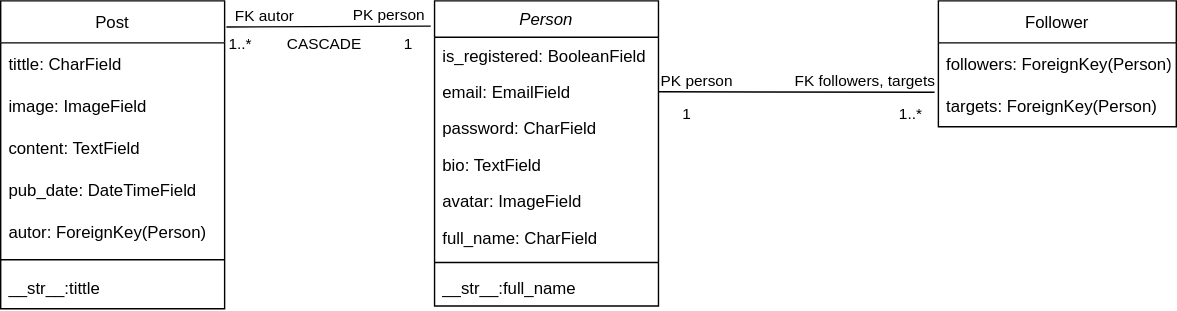
Earlier version of the draw.io export JangoGramm/JangoGrammUML.svg (Nixartx/Python). Source tidied: cells renumbered, new cells last; positions are measured from the earlier drawing's top-left corner, leaving out a move shared by most shapes.
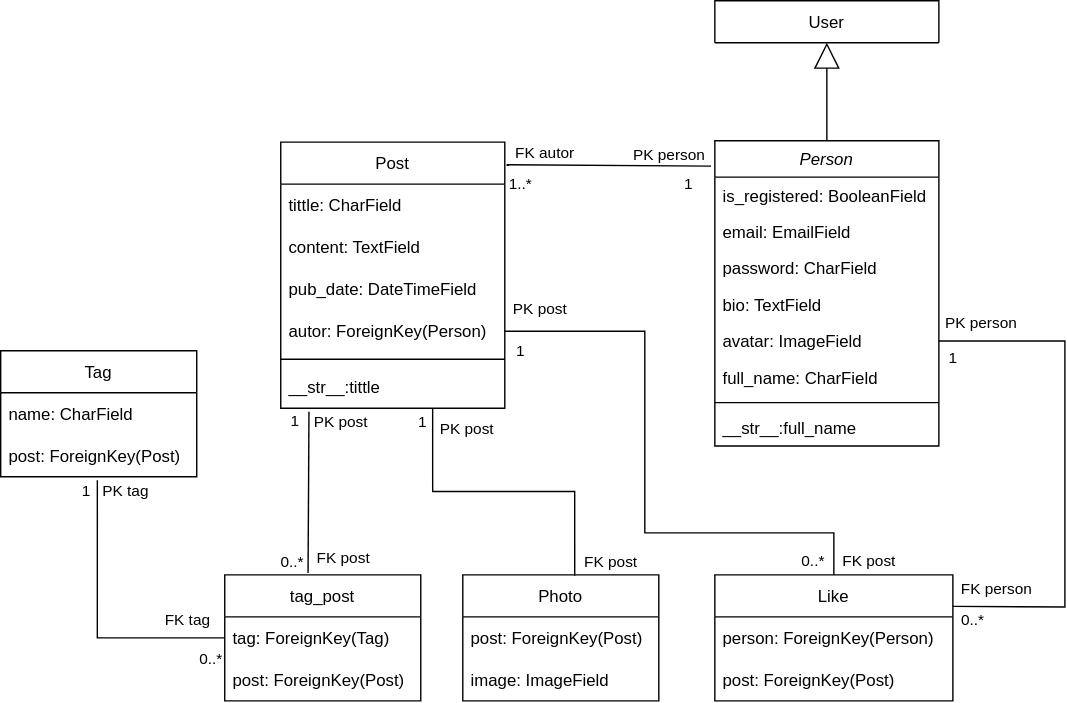
The same diagram one commit later.

The edit, as a diff of the source:
```diff
@@ -3,7 +3,7 @@
     <mxCell id="0" />
     <mxCell id="1" parent="0" />
     <mxCell id="2" value="Person" style="swimlane;fontStyle=2;align=center;verticalAlign=top;horizontal=1;startSize=26;rounded=0;shadow=0;strokeWidth=1;" parent="1" vertex="1">
-      <mxGeometry x="310" width="160" height="218" as="geometry" />
+      <mxGeometry x="490" y="110" width="160" height="218" as="geometry" />
     </mxCell>
     <mxCell id="3" value="is_registered: BooleanField" style="text;align=left;verticalAlign=top;spacingLeft=4;spacingRight=4;overflow=hidden;rounded=0;shadow=0;html=0;" parent="2" vertex="1">
       <mxGeometry y="26" width="160" height="26" as="geometry" />
@@ -29,43 +29,31 @@
     <mxCell id="10" value="__str__:full_name" style="text;align=left;verticalAlign=top;spacingLeft=4;spacingRight=4;overflow=hidden;rounded=0;shadow=0;html=0;" parent="2" vertex="1">
       <mxGeometry y="192" width="160" height="26" as="geometry" />
     </mxCell>
-    <mxCell id="11" value="Follower" style="swimlane;fontStyle=0;horizontal=1;startSize=30;" parent="1" vertex="1">
-      <mxGeometry x="670" width="170" height="90" as="geometry" />
-    </mxCell>
-    <mxCell id="12" value="followers: ForeignKey(Person)" style="text;strokeColor=none;fillColor=none;align=left;verticalAlign=middle;spacingLeft=4;spacingRight=4;overflow=hidden;points=[[0,0.5],[1,0.5]];portConstraint=eastwest;" parent="11" vertex="1">
-      <mxGeometry y="30" width="170" height="30" as="geometry" />
-    </mxCell>
-    <mxCell id="13" value="targets: ForeignKey(Person)" style="text;strokeColor=none;fillColor=none;align=left;verticalAlign=middle;spacingLeft=4;spacingRight=4;overflow=hidden;" parent="11" vertex="1">
-      <mxGeometry y="60" width="170" height="30" as="geometry" />
-    </mxCell>
     <mxCell id="14" value="Post" style="swimlane;fontStyle=0;horizontal=1;startSize=30;" parent="1" vertex="1">
-      <mxGeometry width="160" height="220" as="geometry" />
+      <mxGeometry x="180" y="111" width="160" height="190" as="geometry" />
     </mxCell>
     <mxCell id="15" value="tittle: CharField" style="text;strokeColor=none;fillColor=none;align=left;verticalAlign=middle;spacingLeft=4;spacingRight=4;overflow=hidden;" parent="14" vertex="1">
       <mxGeometry y="30" width="160" height="30" as="geometry" />
     </mxCell>
-    <mxCell id="16" value="image: ImageField" style="text;strokeColor=none;fillColor=none;align=left;verticalAlign=middle;spacingLeft=4;spacingRight=4;overflow=hidden;" parent="14" vertex="1">
-      <mxGeometry y="60" width="160" height="30" as="geometry" />
-    </mxCell>
     <mxCell id="17" value="content: TextField" style="text;strokeColor=none;fillColor=none;align=left;verticalAlign=middle;spacingLeft=4;spacingRight=4;overflow=hidden;" parent="14" vertex="1">
-      <mxGeometry y="90" width="160" height="30" as="geometry" />
+      <mxGeometry y="60" width="160" height="30" as="geometry" />
     </mxCell>
     <mxCell id="18" value="pub_date: DateTimeField" style="text;strokeColor=none;fillColor=none;align=left;verticalAlign=middle;spacingLeft=4;spacingRight=4;overflow=hidden;" parent="14" vertex="1">
-      <mxGeometry y="120" width="160" height="30" as="geometry" />
+      <mxGeometry y="90" width="160" height="30" as="geometry" />
     </mxCell>
     <mxCell id="19" value="autor: ForeignKey(Person)" style="text;strokeColor=none;fillColor=none;align=left;verticalAlign=middle;spacingLeft=4;spacingRight=4;overflow=hidden;points=[[0,0.5],[1,0.5]];portConstraint=eastwest;" parent="14" vertex="1">
-      <mxGeometry y="150" width="160" height="30" as="geometry" />
+      <mxGeometry y="120" width="160" height="30" as="geometry" />
     </mxCell>
     <mxCell id="20" style="line;strokeWidth=1;html=1;fontFamily=Helvetica;fontSize=11;fontColor=default;" parent="14" vertex="1">
-      <mxGeometry y="180" width="160" height="10" as="geometry" />
+      <mxGeometry y="150" width="160" height="10" as="geometry" />
     </mxCell>
     <mxCell id="21" value="__str__:tittle" style="text;strokeColor=none;fillColor=none;align=left;verticalAlign=middle;spacingLeft=4;spacingRight=4;overflow=hidden;points=[[0,0.5],[1,0.5]];portConstraint=eastwest;" parent="14" vertex="1">
-      <mxGeometry y="190" width="160" height="30" as="geometry" />
+      <mxGeometry y="160" width="160" height="30" as="geometry" />
     </mxCell>
     <mxCell id="22" style="endArrow=none;html=1;edgeStyle=orthogonalEdgeStyle;rounded=0;labelBackgroundColor=default;fontFamily=Helvetica;fontSize=11;fontColor=default;strokeColor=default;jumpStyle=line;exitX=-0.017;exitY=0.083;exitDx=0;exitDy=0;entryX=1.008;entryY=0.085;entryDx=0;entryDy=0;entryPerimeter=0;exitPerimeter=0;" parent="1" edge="1" source="2" target="14">
       <mxGeometry relative="1" as="geometry">
         <Array as="points">
-          <mxPoint x="220" y="18" />
+          <mxPoint x="400" y="128" />
         </Array>
       </mxGeometry>
     </mxCell>
@@ -89,29 +77,181 @@
         <mxPoint x="70" y="12" as="offset" />
       </mxGeometry>
     </mxCell>
-    <mxCell id="27" value="CASCADE" style="edgeLabel;html=1;align=center;verticalAlign=middle;fontSize=11;fontFamily=Helvetica;fontColor=default;" parent="22" vertex="1">
-      <mxGeometry x="0.13" relative="1" as="geometry">
-        <mxPoint x="6" y="12" as="offset" />
-      </mxGeometry>
-    </mxCell>
-    <mxCell id="28" style="endArrow=none;html=1;edgeStyle=orthogonalEdgeStyle;rounded=0;labelBackgroundColor=default;fontFamily=Helvetica;fontSize=11;fontColor=default;strokeColor=default;jumpStyle=line;exitX=1;exitY=0.5;exitDx=0;exitDy=0;entryX=-0.016;entryY=1.178;entryDx=0;entryDy=0;entryPerimeter=0;" parent="1" edge="1" source="4" target="12">
-      <mxGeometry relative="1" as="geometry" />
-    </mxCell>
+    <mxCell id="33" value="User" style="swimlane;fontStyle=0;horizontal=1;startSize=30;" parent="1" vertex="1">
+      <mxGeometry x="490" y="10" width="160" height="30" as="geometry" />
+    </mxCell>
+    <mxCell id="34" value="&lt;br&gt;" style="endArrow=block;endSize=16;endFill=0;html=1;rounded=0;entryX=0.5;entryY=1;entryDx=0;entryDy=0;exitX=0.5;exitY=0;exitDx=0;exitDy=0;" parent="1" edge="1" source="2" target="33">
+      <mxGeometry relative="1" as="geometry" />
+    </mxCell>
+    <mxCell id="35" value="Photo" style="swimlane;fontStyle=0;horizontal=1;startSize=30;" parent="1" vertex="1">
+      <mxGeometry x="310" y="420" width="140" height="90" as="geometry" />
+    </mxCell>
+    <mxCell id="36" value="post: ForeignKey(Post)" style="text;strokeColor=none;fillColor=none;align=left;verticalAlign=middle;spacingLeft=4;spacingRight=4;overflow=hidden;" parent="35" vertex="1">
+      <mxGeometry y="30" width="140" height="30" as="geometry" />
+    </mxCell>
+    <mxCell id="16" value="image: ImageField" style="text;strokeColor=none;fillColor=none;align=left;verticalAlign=middle;spacingLeft=4;spacingRight=4;overflow=hidden;" parent="35" vertex="1">
+      <mxGeometry y="60" width="140" height="30" as="geometry" />
+    </mxCell>
+    <mxCell id="37" style="endArrow=none;html=1;edgeStyle=orthogonalEdgeStyle;rounded=0;labelBackgroundColor=default;fontFamily=Helvetica;fontSize=11;fontColor=default;strokeColor=default;jumpStyle=line;exitX=0.678;exitY=1.013;exitDx=0;exitDy=0;exitPerimeter=0;entryX=0.571;entryY=0.008;entryDx=0;entryDy=0;entryPerimeter=0;" parent="1" edge="1" source="21" target="35">
+      <mxGeometry relative="1" as="geometry" />
+    </mxCell>
+    <mxCell id="38" value="PK post" style="edgeLabel;html=1;align=left;verticalAlign=bottom;fontFamily=Helvetica;fontSize=11;fontColor=default;strokeWidth=1;" parent="37" vertex="1">
+      <mxGeometry x="-1" relative="1" as="geometry">
+        <mxPoint x="4" y="23" as="offset" />
+      </mxGeometry>
+    </mxCell>
+    <mxCell id="39" value="FK post" style="edgeLabel;html=1;align=right;verticalAlign=bottom;fontFamily=Helvetica;fontSize=11;fontColor=default;strokeWidth=1;" parent="37" vertex="1">
+      <mxGeometry x="1" relative="1" as="geometry">
+        <mxPoint x="45" y="-2" as="offset" />
+      </mxGeometry>
+    </mxCell>
+    <mxCell id="40" value="0..*" style="edgeLabel;html=1;align=center;verticalAlign=middle;fontSize=11;fontFamily=Helvetica;fontColor=default;" parent="37" vertex="1">
+      <mxGeometry x="0.17" relative="1" as="geometry">
+        <mxPoint x="-171" y="50" as="offset" />
+      </mxGeometry>
+    </mxCell>
+    <mxCell id="41" value="1" style="edgeLabel;html=1;align=center;verticalAlign=middle;fontSize=11;fontFamily=Helvetica;fontColor=default;" parent="37" vertex="1">
+      <mxGeometry x="0.19" relative="1" as="geometry">
+        <mxPoint x="-80" y="-50" as="offset" />
+      </mxGeometry>
+    </mxCell>
+    <mxCell id="42" value="Tag" style="swimlane;fontStyle=0;horizontal=1;startSize=30;" parent="1" vertex="1">
+      <mxGeometry x="-20" y="260" width="140" height="90" as="geometry" />
+    </mxCell>
+    <mxCell id="43" value="name: CharField" style="text;strokeColor=none;fillColor=none;align=left;verticalAlign=middle;spacingLeft=4;spacingRight=4;overflow=hidden;" parent="42" vertex="1">
+      <mxGeometry y="30" width="140" height="30" as="geometry" />
+    </mxCell>
+    <mxCell id="44" value="post: ForeignKey(Post)" style="text;strokeColor=none;fillColor=none;align=left;verticalAlign=middle;spacingLeft=4;spacingRight=4;overflow=hidden;points=[[0,0.5],[1,0.5]];portConstraint=eastwest;" parent="42" vertex="1">
+      <mxGeometry y="60" width="140" height="30" as="geometry" />
+    </mxCell>
+    <mxCell id="45" style="endArrow=none;html=1;edgeStyle=orthogonalEdgeStyle;rounded=0;labelBackgroundColor=default;fontFamily=Helvetica;fontSize=11;fontColor=default;strokeColor=default;jumpStyle=line;exitX=0.126;exitY=1.087;exitDx=0;exitDy=0;exitPerimeter=0;entryX=0.425;entryY=-0.015;entryDx=0;entryDy=0;entryPerimeter=0;" parent="1" edge="1" source="21" target="50">
+      <mxGeometry relative="1" as="geometry">
+        <Array as="points">
+          <mxPoint x="200" y="339" />
+        </Array>
+      </mxGeometry>
+    </mxCell>
+    <mxCell id="46" value="PK post" style="edgeLabel;html=1;align=left;verticalAlign=bottom;fontFamily=Helvetica;fontSize=11;fontColor=default;strokeWidth=1;" parent="45" vertex="1">
+      <mxGeometry x="-1" relative="1" as="geometry">
+        <mxPoint x="2" y="16" as="offset" />
+      </mxGeometry>
+    </mxCell>
+    <mxCell id="47" value="FK post" style="edgeLabel;html=1;align=right;verticalAlign=bottom;fontFamily=Helvetica;fontSize=11;fontColor=default;strokeWidth=1;" parent="45" vertex="1">
+      <mxGeometry x="1" relative="1" as="geometry">
+        <mxPoint x="45" y="-2" as="offset" />
+      </mxGeometry>
+    </mxCell>
+    <mxCell id="48" value="0..*" style="edgeLabel;html=1;align=center;verticalAlign=middle;fontSize=11;fontFamily=Helvetica;fontColor=default;" parent="45" vertex="1">
+      <mxGeometry x="0.17" relative="1" as="geometry">
+        <mxPoint x="-15" y="70" as="offset" />
+      </mxGeometry>
+    </mxCell>
+    <mxCell id="49" value="1" style="edgeLabel;html=1;align=center;verticalAlign=middle;fontSize=11;fontFamily=Helvetica;fontColor=default;" parent="45" vertex="1">
+      <mxGeometry x="0.19" relative="1" as="geometry">
+        <mxPoint x="-10" y="-62" as="offset" />
+      </mxGeometry>
+    </mxCell>
+    <mxCell id="50" value="tag_post" style="swimlane;fontStyle=0;horizontal=1;startSize=30;" parent="1" vertex="1">
+      <mxGeometry x="140" y="420" width="140" height="90" as="geometry" />
+    </mxCell>
+    <mxCell id="51" value="tag: ForeignKey(Tag)" style="text;strokeColor=none;fillColor=none;align=left;verticalAlign=middle;spacingLeft=4;spacingRight=4;overflow=hidden;points=[[0,0.5],[1,0.5]];portConstraint=eastwest;" parent="50" vertex="1">
+      <mxGeometry y="30" width="140" height="30" as="geometry" />
+    </mxCell>
+    <mxCell id="52" value="post: ForeignKey(Post)" style="text;strokeColor=none;fillColor=none;align=left;verticalAlign=middle;spacingLeft=4;spacingRight=4;overflow=hidden;" parent="50" vertex="1">
+      <mxGeometry y="60" width="140" height="30" as="geometry" />
+    </mxCell>
+    <mxCell id="53" style="endArrow=none;html=1;edgeStyle=orthogonalEdgeStyle;rounded=0;labelBackgroundColor=default;fontFamily=Helvetica;fontSize=11;fontColor=default;strokeColor=default;jumpStyle=line;exitX=0.493;exitY=1.083;exitDx=0;exitDy=0;exitPerimeter=0;entryX=0;entryY=0.5;entryDx=0;entryDy=0;" parent="1" edge="1" source="44" target="51">
+      <mxGeometry relative="1" as="geometry">
+        <Array as="points">
+          <mxPoint x="49" y="465" />
+        </Array>
+      </mxGeometry>
+    </mxCell>
+    <mxCell id="54" value="PK tag" style="edgeLabel;html=1;align=left;verticalAlign=bottom;fontFamily=Helvetica;fontSize=11;fontColor=default;strokeWidth=1;" parent="53" vertex="1">
+      <mxGeometry x="-1" relative="1" as="geometry">
+        <mxPoint x="2" y="16" as="offset" />
+      </mxGeometry>
+    </mxCell>
+    <mxCell id="55" value="FK tag" style="edgeLabel;html=1;align=right;verticalAlign=bottom;fontFamily=Helvetica;fontSize=11;fontColor=default;strokeWidth=1;" parent="53" vertex="1">
+      <mxGeometry x="1" relative="1" as="geometry">
+        <mxPoint x="-10" y="-5" as="offset" />
+      </mxGeometry>
+    </mxCell>
+    <mxCell id="56" value="0..*" style="edgeLabel;html=1;align=center;verticalAlign=middle;fontSize=11;fontFamily=Helvetica;fontColor=default;" parent="53" vertex="1">
+      <mxGeometry x="0.17" relative="1" as="geometry">
+        <mxPoint x="74" y="15" as="offset" />
+      </mxGeometry>
+    </mxCell>
+    <mxCell id="57" value="1" style="edgeLabel;html=1;align=center;verticalAlign=middle;fontSize=11;fontFamily=Helvetica;fontColor=default;" parent="53" vertex="1">
+      <mxGeometry x="0.19" relative="1" as="geometry">
+        <mxPoint x="-17" y="-105" as="offset" />
+      </mxGeometry>
+    </mxCell>
+    <mxCell id="58" value="Like" style="swimlane;fontStyle=0;horizontal=1;startSize=30;" parent="1" vertex="1">
+      <mxGeometry x="490" y="420" width="170" height="90" as="geometry" />
+    </mxCell>
+    <mxCell id="59" value="person: ForeignKey(Person)" style="text;strokeColor=none;fillColor=none;align=left;verticalAlign=middle;spacingLeft=4;spacingRight=4;overflow=hidden;" parent="58" vertex="1">
+      <mxGeometry y="30" width="170" height="30" as="geometry" />
+    </mxCell>
+    <mxCell id="60" value="post: ForeignKey(Post)" style="text;strokeColor=none;fillColor=none;align=left;verticalAlign=middle;spacingLeft=4;spacingRight=4;overflow=hidden;" parent="58" vertex="1">
+      <mxGeometry y="60" width="170" height="30" as="geometry" />
+    </mxCell>
+    <mxCell id="61" style="endArrow=none;html=1;rounded=0;entryX=1;entryY=0.5;entryDx=0;entryDy=0;exitX=0.5;exitY=0;exitDx=0;exitDy=0;" parent="1" edge="1" source="58" target="19">
+      <mxGeometry relative="1" as="geometry">
+        <Array as="points">
+          <mxPoint x="575" y="390" />
+          <mxPoint x="440" y="390" />
+          <mxPoint x="440" y="246" />
+        </Array>
+      </mxGeometry>
+    </mxCell>
+    <mxCell id="62" value="1" style="edgeLabel;html=1;align=center;verticalAlign=middle;" parent="61" vertex="1">
+      <mxGeometry x="0.92" y="-1" relative="1" as="geometry">
+        <mxPoint x="-7" y="15" as="offset" />
+      </mxGeometry>
+    </mxCell>
+    <mxCell id="63" value="0..*" style="edgeLabel;html=1;align=center;verticalAlign=middle;" parent="61" vertex="1">
+      <mxGeometry x="-0.76" y="-2" relative="1" as="geometry">
+        <mxPoint x="4" y="22" as="offset" />
+      </mxGeometry>
+    </mxCell>
+    <mxCell id="64" value="FK post" style="edgeLabel;html=1;align=center;verticalAlign=middle;" parent="61" vertex="1">
+      <mxGeometry x="-0.73" y="-3" relative="1" as="geometry">
+        <mxPoint x="50" y="23" as="offset" />
+      </mxGeometry>
+    </mxCell>
+    <mxCell id="65" value="PK post" style="edgeLabel;html=1;align=center;verticalAlign=middle;" parent="61" vertex="1">
+      <mxGeometry x="0.88" y="-1" relative="1" as="geometry">
+        <mxPoint y="-15" as="offset" />
+      </mxGeometry>
+    </mxCell>
+    <mxCell id="66" style="endArrow=none;html=1;rounded=0;entryX=1;entryY=0.25;entryDx=0;entryDy=0;exitX=1;exitY=0.5;exitDx=0;exitDy=0;" parent="1" edge="1" source="7" target="58">
+      <mxGeometry relative="1" as="geometry">
+        <Array as="points">
+          <mxPoint x="740" y="253" />
+          <mxPoint x="740" y="443" />
+        </Array>
+      </mxGeometry>
+    </mxCell>
+    <mxCell id="67" value="1" style="edgeLabel;html=1;align=center;verticalAlign=middle;" parent="66" vertex="1">
+      <mxGeometry x="-0.75" y="3" relative="1" as="geometry">
+        <mxPoint x="-35" y="15" as="offset" />
+      </mxGeometry>
+    </mxCell>
+    <mxCell id="68" value="0..*" style="edgeLabel;html=1;align=center;verticalAlign=middle;" parent="66" vertex="1">
+      <mxGeometry x="0.58" y="1" relative="1" as="geometry">
+        <mxPoint x="-63" y="8" as="offset" />
+      </mxGeometry>
+    </mxCell>
+    <mxCell id="69" value="FK person" style="edgeLabel;html=1;align=center;verticalAlign=middle;" parent="66" vertex="1">
+      <mxGeometry x="0.56" y="-1" relative="1" as="geometry">
+        <mxPoint x="-48" y="-12" as="offset" />
+      </mxGeometry>
+    </mxCell>
-    <mxCell id="29" value="PK person" style="edgeLabel;html=1;align=left;verticalAlign=bottom;fontFamily=Helvetica;fontSize=11;fontColor=default;strokeWidth=1;" parent="28" vertex="1">
-      <mxGeometry x="-1" relative="1" as="geometry" />
+    <mxCell id="29" value="PK person" style="edgeLabel;html=1;align=center;verticalAlign=middle;" parent="66" vertex="1">
+      <mxGeometry x="-0.67" y="1" relative="1" as="geometry">
+        <mxPoint x="-30" y="-12" as="offset" />
+      </mxGeometry>
     </mxCell>
-    <mxCell id="30" value="FK followers, targets" style="edgeLabel;html=1;align=right;verticalAlign=bottom;fontFamily=Helvetica;fontSize=11;fontColor=default;strokeWidth=1;" parent="28" vertex="1">
-      <mxGeometry x="1" relative="1" as="geometry" />
-    </mxCell>
-    <mxCell id="31" value="1" style="edgeLabel;html=1;align=center;verticalAlign=middle;fontSize=11;fontFamily=Helvetica;fontColor=default;" parent="28" vertex="1">
-      <mxGeometry x="-0.29" y="3" relative="1" as="geometry">
-        <mxPoint x="-50" y="18" as="offset" />
-      </mxGeometry>
-    </mxCell>
-    <mxCell id="32" value="1..*" style="edgeLabel;html=1;align=center;verticalAlign=middle;fontSize=11;fontFamily=Helvetica;fontColor=default;" parent="28" vertex="1">
-      <mxGeometry x="-0.28" relative="1" as="geometry">
-        <mxPoint x="109" y="15" as="offset" />
-      </mxGeometry>
-    </mxCell>
   </root>
 </mxGraphModel>
```
